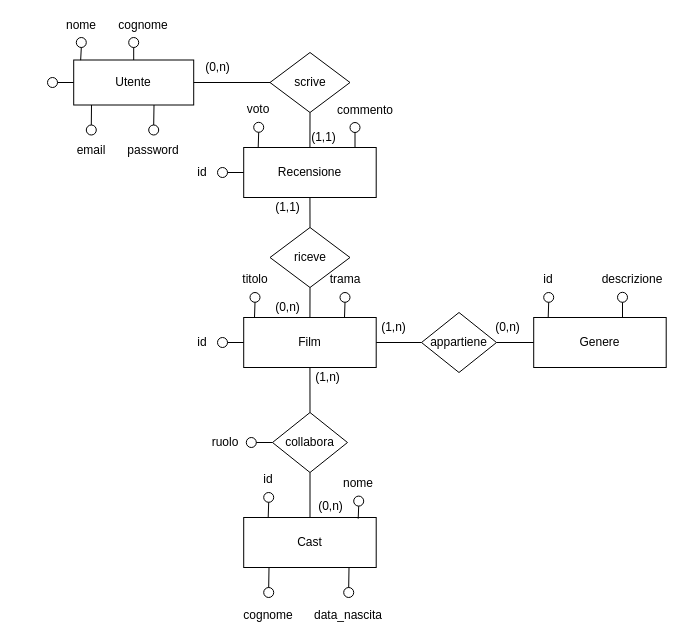
dcocuzza/recensioni_film keeps this draw.io diagram as page "Schema Ristrutturato" (4 of 5) of Diagrammi.drawio. Above is the earlier version. Source tidied: cells renumbered, new cells numbered last; positions are measured from the earlier drawing's top-left corner, leaving out a move shared by most shapes. Both pictures are drawn from the tidied source at 100%, with x=0, y=0 at pixel (47, 17).
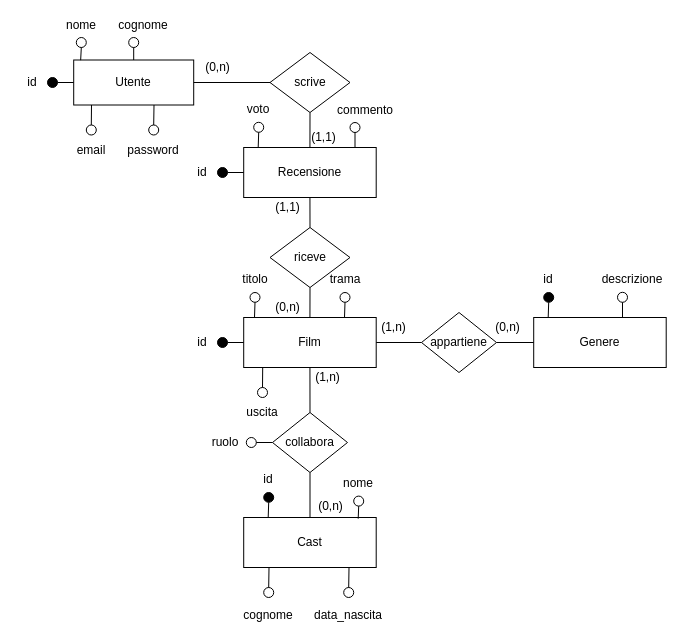
Above is the later version.

Change to the diagram source:
```diff
@@
-    <mxCell id="18" style="ellipse;whiteSpace=wrap;html=1;" parent="1" vertex="1">
+    <mxCell id="18" style="ellipse;whiteSpace=wrap;html=1;fillColor=#000000;" parent="1" vertex="1">
       <mxGeometry y="60" width="10" height="10" as="geometry" />
     </mxCell>
@@
-    <mxCell id="36" style="ellipse;whiteSpace=wrap;html=1;" parent="1" vertex="1">
+    <mxCell id="36" style="ellipse;whiteSpace=wrap;html=1;fillColor=#000000;" parent="1" vertex="1">
       <mxGeometry x="496.2" y="275" width="10" height="9.8" as="geometry" />
     </mxCell>
@@
-    <mxCell id="40" style="ellipse;whiteSpace=wrap;html=1;" parent="1" vertex="1">
+    <mxCell id="40" style="ellipse;whiteSpace=wrap;html=1;fillColor=#000000;" parent="1" vertex="1">
       <mxGeometry x="216.2" y="475" width="10" height="9.8" as="geometry" />
     </mxCell>
@@
-    <mxCell id="60" style="ellipse;whiteSpace=wrap;html=1;" parent="1" vertex="1">
+    <mxCell id="60" style="ellipse;whiteSpace=wrap;html=1;fillColor=#000000;" parent="1" vertex="1">
       <mxGeometry x="170" y="320" width="10" height="10" as="geometry" />
     </mxCell>
@@
-    <mxCell id="66" style="ellipse;whiteSpace=wrap;html=1;" parent="1" vertex="1">
+    <mxCell id="66" style="ellipse;whiteSpace=wrap;html=1;fillColor=#000000;" parent="1" vertex="1">
       <mxGeometry x="170" y="150" width="10" height="10" as="geometry" />
     </mxCell>
@@
+    <mxCell id="80" value="uscita" style="text;html=1;strokeColor=none;fillColor=none;align=center;verticalAlign=middle;whiteSpace=wrap;rounded=0;" parent="1" vertex="1">
+      <mxGeometry x="200" y="387.5" width="30" height="15" as="geometry" />
+    </mxCell>
+    <mxCell id="81" style="ellipse;whiteSpace=wrap;html=1;" parent="1" vertex="1">
+      <mxGeometry x="210" y="370" width="10" height="10" as="geometry" />
+    </mxCell>
+    <mxCell id="82" style="endArrow=none;html=1;rounded=0;exitX=0.5;exitY=0;exitDx=0;exitDy=0;" parent="1" edge="1" source="81">
+      <mxGeometry relative="1" as="geometry">
+        <mxPoint x="215.2" y="350" as="targetPoint" />
+      </mxGeometry>
+    </mxCell>
+    <mxCell id="83" value="id" style="text;html=1;strokeColor=none;fillColor=none;align=center;verticalAlign=middle;whiteSpace=wrap;rounded=0;" parent="1" vertex="1">
+      <mxGeometry x="-30" y="57.5" width="30" height="15" as="geometry" />
+    </mxCell>
```
